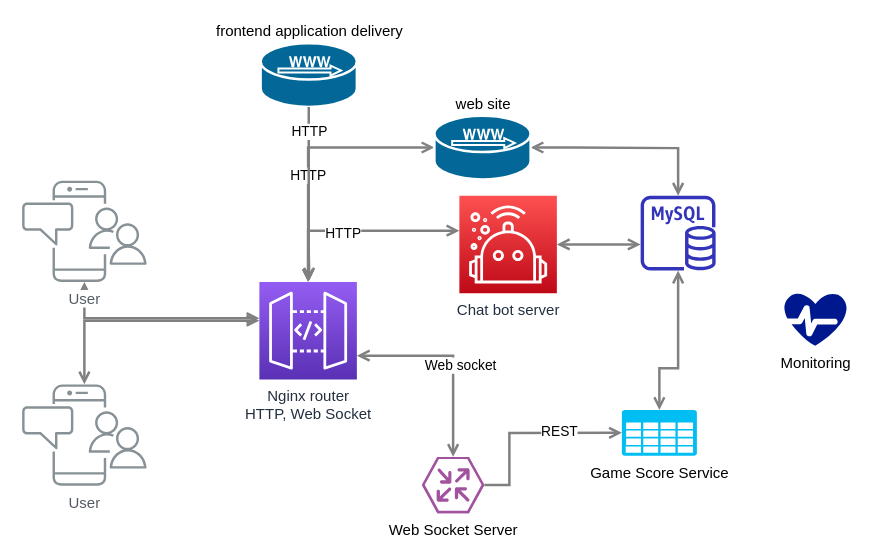
Above: airhockey-component-hld.drawio in grikdotnet/airhockey (draw.io), before the change. Source tidied: cells renumbered, new cells numbered last; positions are measured from the earlier drawing's top-left corner, leaving out a move shared by most shapes. Both pictures are drawn from the tidied source at 125%, with x=0, y=0 at pixel (21, 42).
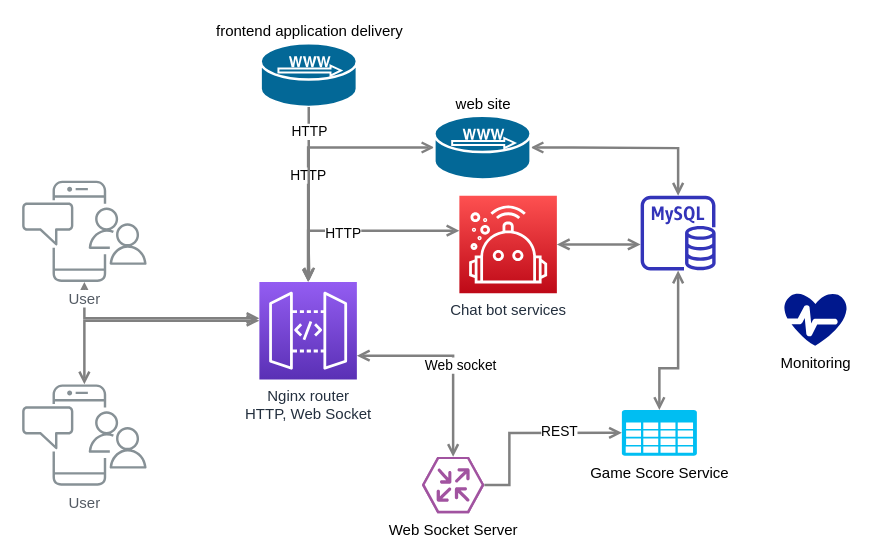
The same diagram, later.

Commit message (it also covers changes not shown here):
component hld diagram

Diff of the diagram source:
```diff
@@
-    <mxCell id="18" value="Chat bot server" style="outlineConnect=0;fontColor=#232F3E;gradientColor=#FE5151;gradientDirection=north;fillColor=#BE0917;strokeColor=#ffffff;dashed=0;verticalLabelPosition=bottom;verticalAlign=top;align=center;html=1;fontSize=12;fontStyle=0;shape=mxgraph.aws4.resourceIcon;resIcon=mxgraph.aws4.robomaker;" parent="1" vertex="1">
+    <mxCell id="18" value="Chat bot services" style="outlineConnect=0;fontColor=#232F3E;gradientColor=#FE5151;gradientDirection=north;fillColor=#BE0917;strokeColor=#ffffff;dashed=0;verticalLabelPosition=bottom;verticalAlign=top;align=center;html=1;fontSize=12;fontStyle=0;shape=mxgraph.aws4.resourceIcon;resIcon=mxgraph.aws4.robomaker;" parent="1" vertex="1">
       <mxGeometry x="350" y="122" width="78" height="78" as="geometry" />
     </mxCell>
```
